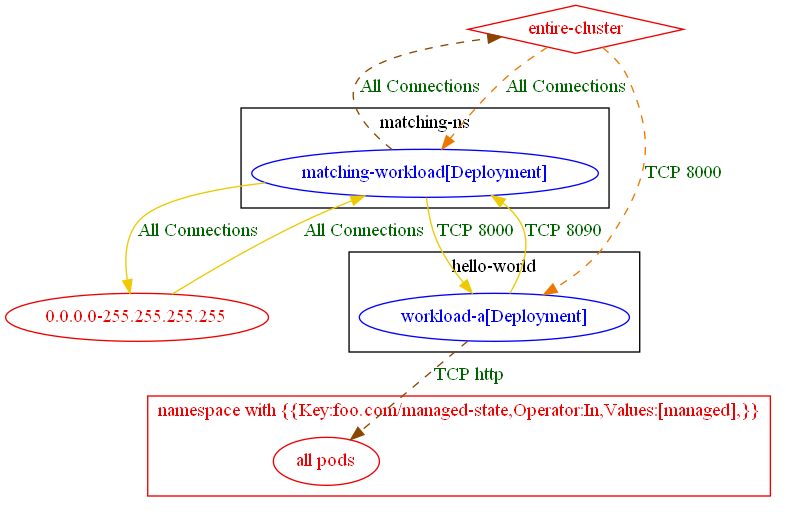
Above: test_outputs/connlist/exposure_test_egress_with_named_port_with_matching_pod_exposure_output.dot.png in np-guard/netpol-analyzer (Graphviz), before the change. Its source is kept beside it as test_outputs/connlist/exposure_test_egress_with_named_port_with_matching_pod_exposure_output.dot. The source it was exported from:
```dot
digraph {
	subgraph "cluster_hello_world" {
		color="black"
		fontcolor="black"
		"hello-world/workload-a[Deployment]" [label="workload-a[Deployment]" color="blue" fontcolor="blue"]
		label="hello-world"
	}
	subgraph "cluster_matching_ns" {
		color="black"
		fontcolor="black"
		"matching-ns/matching-workload[Deployment]" [label="matching-workload[Deployment]" color="blue" fontcolor="blue"]
		label="matching-ns"
	}
	subgraph "cluster_namespace with {{Key:foo.com/managed_state,Operator:In,Values:[managed],}}" {
		color="red2"
		fontcolor="red2"
		"all pods_in_namespace with {{Key:foo.com/managed-state,Operator:In,Values:[managed],}}" [label="all pods" color="red2" fontcolor="red2"]
		label="namespace with {{Key:foo.com/managed-state,Operator:In,Values:[managed],}}"
	}
	"0.0.0.0-255.255.255.255" [label="0.0.0.0-255.255.255.255" color="red2" fontcolor="red2"]
	"entire-cluster" [label="entire-cluster" color="red2" fontcolor="red2" shape=diamond]
	"0.0.0.0-255.255.255.255" -> "matching-ns/matching-workload[Deployment]" [label="All Connections" color="gold2" fontcolor="darkgreen" weight=0.5]
	"entire-cluster" -> "hello-world/workload-a[Deployment]" [label="TCP 8000" color="darkorange2" fontcolor="darkgreen" weight=1 style=dashed]
	"entire-cluster" -> "matching-ns/matching-workload[Deployment]" [label="All Connections" color="darkorange2" fontcolor="darkgreen" weight=1 style=dashed]
	"hello-world/workload-a[Deployment]" -> "all pods_in_namespace with {{Key:foo.com/managed-state,Operator:In,Values:[managed],}}" [label="TCP http" color="darkorange4" fontcolor="darkgreen" weight=0.5 style=dashed]
	"hello-world/workload-a[Deployment]" -> "matching-ns/matching-workload[Deployment]" [label="TCP 8090" color="gold2" fontcolor="darkgreen" weight=0.5]
	"matching-ns/matching-workload[Deployment]" -> "0.0.0.0-255.255.255.255" [label="All Connections" color="gold2" fontcolor="darkgreen" weight=1]
	"matching-ns/matching-workload[Deployment]" -> "entire-cluster" [label="All Connections" color="darkorange4" fontcolor="darkgreen" weight=0.5 style=dashed]
	"matching-ns/matching-workload[Deployment]" -> "hello-world/workload-a[Deployment]" [label="TCP 8000" color="gold2" fontcolor="darkgreen" weight=1]
}
```
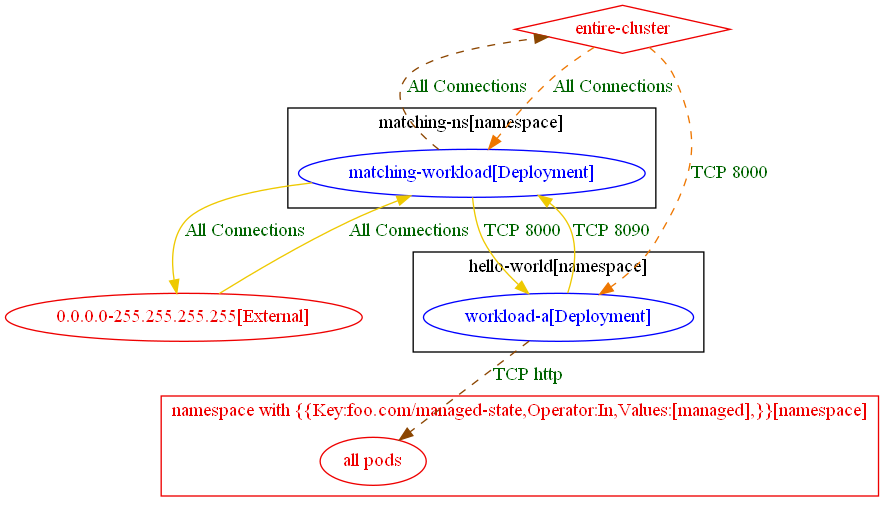
The same diagram one commit later.

Diff of the diagram source:
```diff
@@ -1,30 +1,30 @@
 digraph {
-	subgraph "cluster_hello_world" {
+	subgraph "cluster_hello_world[namespace]" {
 		color="black"
 		fontcolor="black"
 		"hello-world/workload-a[Deployment]" [label="workload-a[Deployment]" color="blue" fontcolor="blue"]
-		label="hello-world"
+		label="hello-world[namespace]"
 	}
-	subgraph "cluster_matching_ns" {
+	subgraph "cluster_matching_ns[namespace]" {
 		color="black"
 		fontcolor="black"
 		"matching-ns/matching-workload[Deployment]" [label="matching-workload[Deployment]" color="blue" fontcolor="blue"]
-		label="matching-ns"
+		label="matching-ns[namespace]"
 	}
-	subgraph "cluster_namespace with {{Key:foo.com/managed_state,Operator:In,Values:[managed],}}" {
+	subgraph "cluster_namespace with {{Key:foo.com/managed_state,Operator:In,Values:[managed],}}[namespace]" {
 		color="red2"
 		fontcolor="red2"
 		"all pods_in_namespace with {{Key:foo.com/managed-state,Operator:In,Values:[managed],}}" [label="all pods" color="red2" fontcolor="red2"]
-		label="namespace with {{Key:foo.com/managed-state,Operator:In,Values:[managed],}}"
+		label="namespace with {{Key:foo.com/managed-state,Operator:In,Values:[managed],}}[namespace]"
 	}
-	"0.0.0.0-255.255.255.255" [label="0.0.0.0-255.255.255.255" color="red2" fontcolor="red2"]
+	"0.0.0.0-255.255.255.255[External]" [label="0.0.0.0-255.255.255.255[External]" color="red2" fontcolor="red2"]
 	"entire-cluster" [label="entire-cluster" color="red2" fontcolor="red2" shape=diamond]
-	"0.0.0.0-255.255.255.255" -> "matching-ns/matching-workload[Deployment]" [label="All Connections" color="gold2" fontcolor="darkgreen" weight=0.5]
+	"0.0.0.0-255.255.255.255[External]" -> "matching-ns/matching-workload[Deployment]" [label="All Connections" color="gold2" fontcolor="darkgreen" weight=0.5]
 	"entire-cluster" -> "hello-world/workload-a[Deployment]" [label="TCP 8000" color="darkorange2" fontcolor="darkgreen" weight=1 style=dashed]
 	"entire-cluster" -> "matching-ns/matching-workload[Deployment]" [label="All Connections" color="darkorange2" fontcolor="darkgreen" weight=1 style=dashed]
 	"hello-world/workload-a[Deployment]" -> "all pods_in_namespace with {{Key:foo.com/managed-state,Operator:In,Values:[managed],}}" [label="TCP http" color="darkorange4" fontcolor="darkgreen" weight=0.5 style=dashed]
 	"hello-world/workload-a[Deployment]" -> "matching-ns/matching-workload[Deployment]" [label="TCP 8090" color="gold2" fontcolor="darkgreen" weight=0.5]
-	"matching-ns/matching-workload[Deployment]" -> "0.0.0.0-255.255.255.255" [label="All Connections" color="gold2" fontcolor="darkgreen" weight=1]
+	"matching-ns/matching-workload[Deployment]" -> "0.0.0.0-255.255.255.255[External]" [label="All Connections" color="gold2" fontcolor="darkgreen" weight=1]
 	"matching-ns/matching-workload[Deployment]" -> "entire-cluster" [label="All Connections" color="darkorange4" fontcolor="darkgreen" weight=0.5 style=dashed]
 	"matching-ns/matching-workload[Deployment]" -> "hello-world/workload-a[Deployment]" [label="TCP 8000" color="gold2" fontcolor="darkgreen" weight=1]
 }
```
